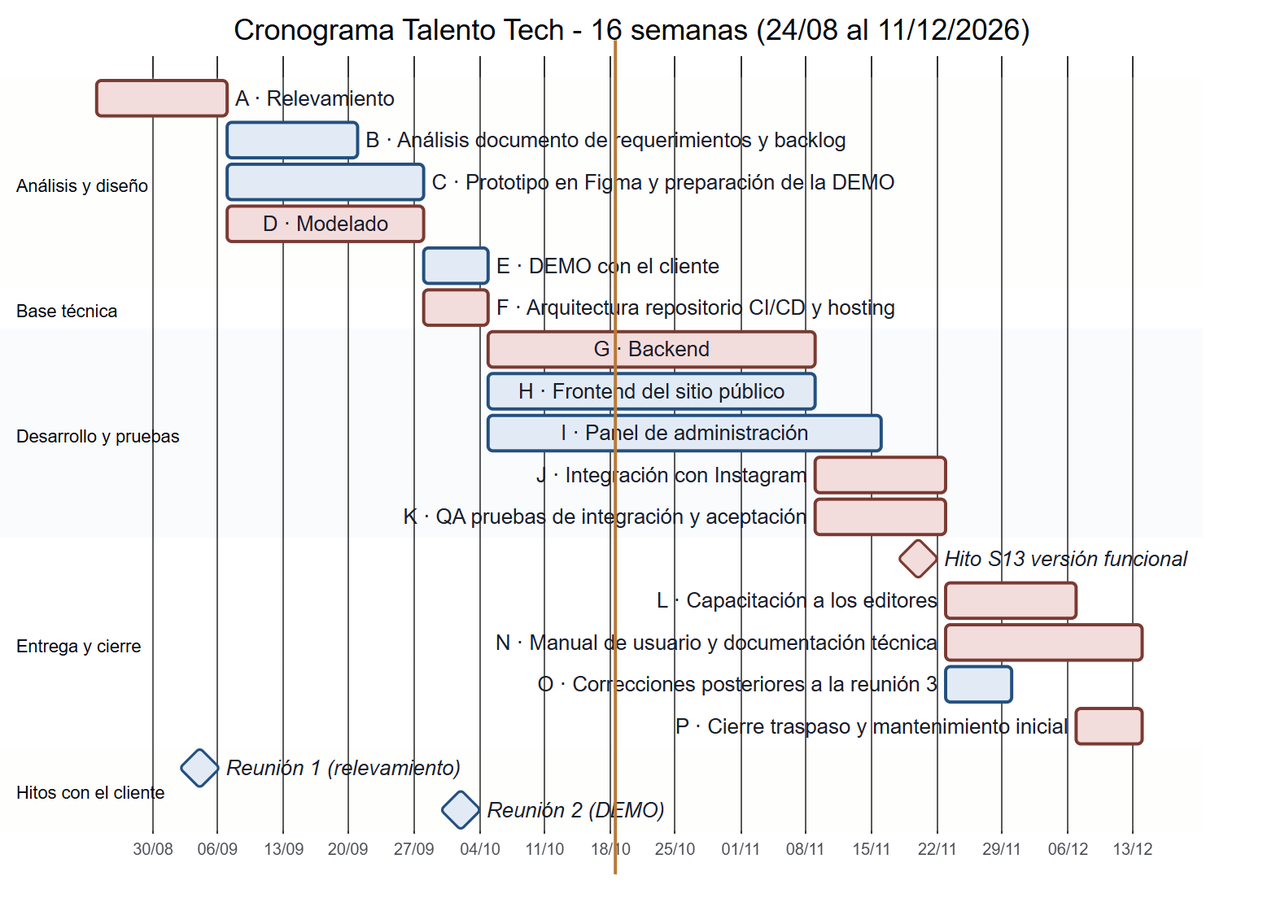
Before: materias/gestion-de-proyectos/entrega-2/diagramas/gantt.png, a diagram exported from Mermaid (zamparg/IFTS29_proyecto_integrador). Its source is kept beside it as materias/gestion-de-proyectos/entrega-2/diagramas/gantt.mmd.
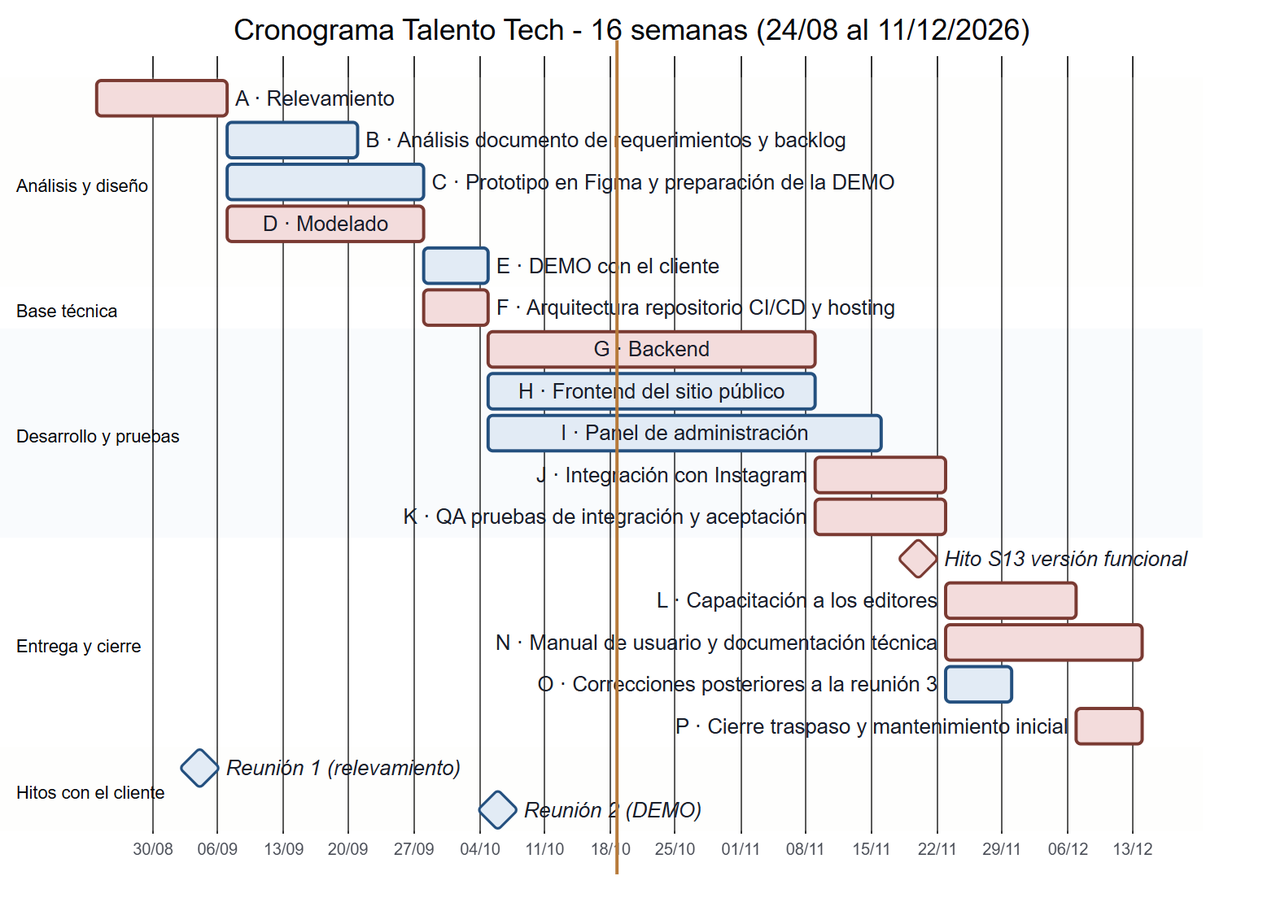
After the change.

Diff of the diagram source:
```diff
@@ -25,4 +25,4 @@
     P · Cierre traspaso y mantenimiento inicial :crit, p, 2026-12-07, 7d
     section Hitos con el cliente
     Reunión 1 (relevamiento) :milestone, r1, 2026-09-04, 0d
-    Reunión 2 (DEMO) :milestone, r2, 2026-10-02, 0d
+    Reunión 2 (DEMO) :milestone, r2, 2026-10-06, 0d
```
